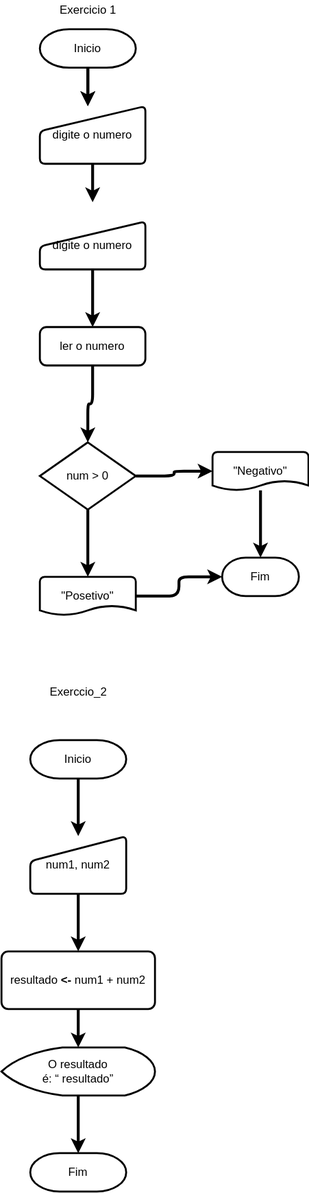
Enoque1844/html-css keeps this draw.io diagram as exercicios/ex008b/Untitled Diagram.drawio.svg. Above is the earlier version. Source tidied: cells renumbered, new cells last; positions are measured from the earlier drawing's top-left corner, leaving out a move shared by most shapes.
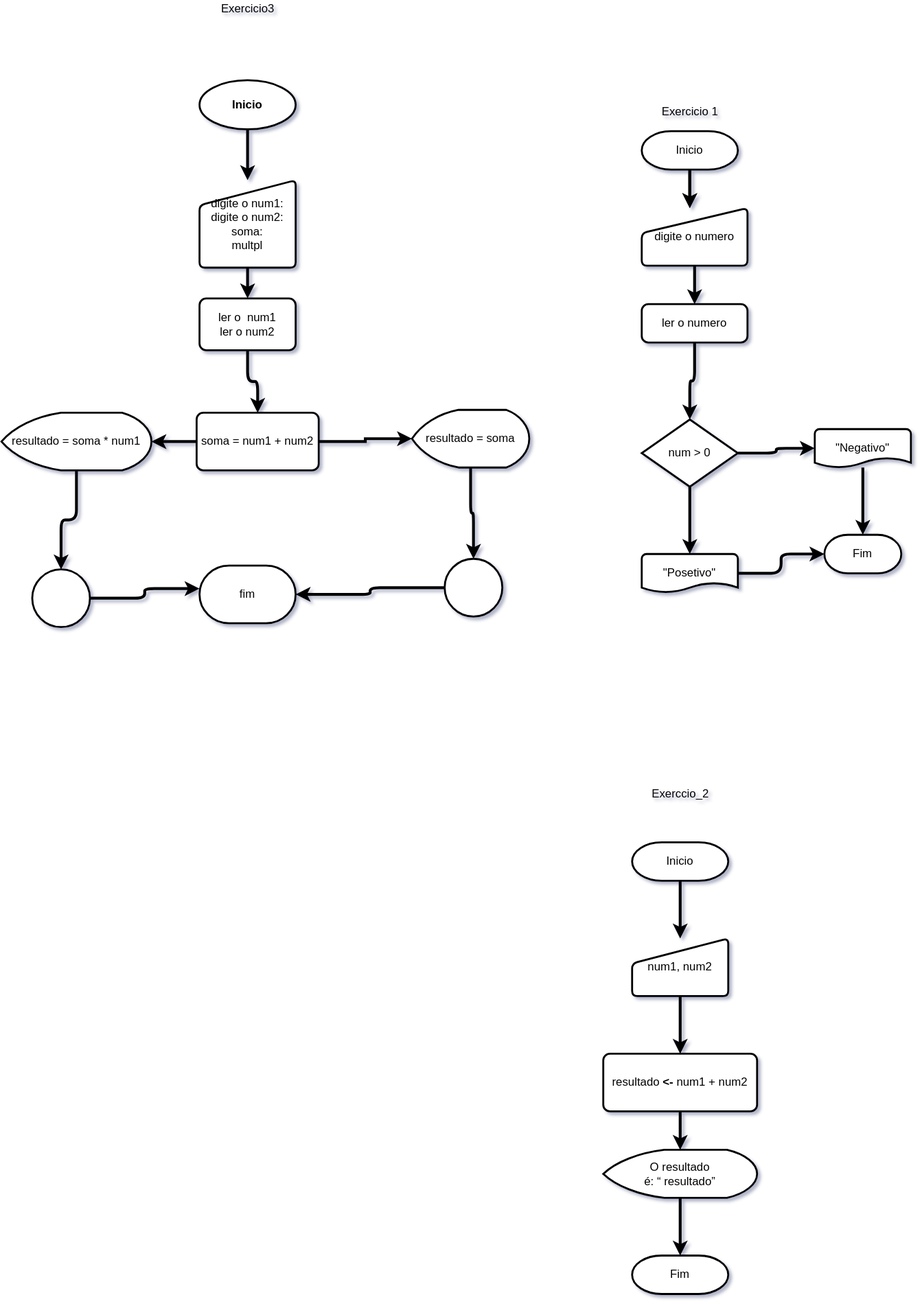
Later version of the same file.

Diff of the diagram source:
```diff
@@ -1,4 +1,4 @@
-<mxGraphModel>
+<mxGraphModel shadow="1">
   <root>
     <mxCell id="0" />
     <mxCell id="1" parent="0" />
@@ -60,37 +60,88 @@
       <mxGeometry relative="1" as="geometry" />
     </mxCell>
     <mxCell id="19" value="num &amp;gt; 0" style="strokeWidth=2;html=1;shape=mxgraph.flowchart.decision;whiteSpace=wrap;" parent="1" vertex="1">
-      <mxGeometry x="40" y="460" width="100" height="70" as="geometry" />
+      <mxGeometry x="40" y="330" width="100" height="70" as="geometry" />
     </mxCell>
     <mxCell id="20" value="Fim" style="strokeWidth=2;html=1;shape=mxgraph.flowchart.terminator;whiteSpace=wrap;" parent="1" vertex="1">
-      <mxGeometry x="230" y="580" width="80" height="40" as="geometry" />
+      <mxGeometry x="230" y="450" width="80" height="40" as="geometry" />
     </mxCell>
     <mxCell id="21" style="edgeStyle=orthogonalEdgeStyle;rounded=1;jettySize=auto;html=1;entryX=0;entryY=0.5;entryDx=0;entryDy=0;entryPerimeter=0;strokeWidth=3;" parent="1" edge="1" source="22" target="20">
       <mxGeometry relative="1" as="geometry" />
     </mxCell>
     <mxCell id="22" value="&quot;Posetivo&quot;" style="strokeWidth=2;html=1;shape=mxgraph.flowchart.document2;whiteSpace=wrap;size=0.25;" parent="1" vertex="1">
-      <mxGeometry x="40" y="600" width="100" height="40" as="geometry" />
+      <mxGeometry x="40" y="470" width="100" height="40" as="geometry" />
     </mxCell>
     <mxCell id="23" style="edgeStyle=orthogonalEdgeStyle;rounded=1;jettySize=auto;html=1;entryX=0.5;entryY=0;entryDx=0;entryDy=0;entryPerimeter=0;strokeWidth=3;" parent="1" edge="1" source="24" target="20">
       <mxGeometry relative="1" as="geometry" />
     </mxCell>
     <mxCell id="24" value="&quot;Negativo&quot;" style="strokeWidth=2;html=1;shape=mxgraph.flowchart.document2;whiteSpace=wrap;size=0.25;" parent="1" vertex="1">
-      <mxGeometry x="220" y="470" width="100" height="40" as="geometry" />
+      <mxGeometry x="220" y="340" width="100" height="40" as="geometry" />
     </mxCell>
-    <mxCell id="25" style="edgeStyle=orthogonalEdgeStyle;rounded=1;jettySize=auto;html=1;entryX=0.5;entryY=0;entryDx=0;entryDy=0;strokeWidth=3;" parent="1" edge="1" source="26" target="28">
-      <mxGeometry relative="1" as="geometry" />
-    </mxCell>
-    <mxCell id="26" value="digite o numero" style="html=1;strokeWidth=2;shape=manualInput;whiteSpace=wrap;rounded=1;size=26;arcSize=11;" parent="1" vertex="1">
-      <mxGeometry x="40" y="230" width="110" height="50" as="geometry" />
-    </mxCell>
     <mxCell id="27" style="edgeStyle=orthogonalEdgeStyle;rounded=1;jettySize=auto;html=1;entryX=0.5;entryY=0;entryDx=0;entryDy=0;entryPerimeter=0;strokeWidth=3;" parent="1" edge="1" source="28" target="19">
       <mxGeometry relative="1" as="geometry" />
     </mxCell>
     <mxCell id="28" value="ler o numero" style="rounded=1;whiteSpace=wrap;html=1;absoluteArcSize=1;arcSize=14;strokeWidth=2;" parent="1" vertex="1">
-      <mxGeometry x="40" y="340" width="110" height="40" as="geometry" />
+      <mxGeometry x="40" y="210" width="110" height="40" as="geometry" />
     </mxCell>
     <mxCell id="29" value="Exercicio 1" style="text;html=1;align=center;verticalAlign=middle;strokeColor=none;fillColor=none;" parent="1" vertex="1">
       <mxGeometry x="55" width="70" height="20" as="geometry" />
     </mxCell>
+    <mxCell id="30" style="edgeStyle=orthogonalEdgeStyle;rounded=1;jettySize=auto;html=1;strokeWidth=3;" parent="1" edge="1" source="31" target="33">
+      <mxGeometry relative="1" as="geometry" />
+    </mxCell>
+    <mxCell id="31" value="digite o num1:&lt;br&gt;digite o num2:&lt;br&gt;soma:&lt;br&gt;multpl" style="html=1;strokeWidth=2;shape=manualInput;whiteSpace=wrap;rounded=1;size=26;arcSize=11;" parent="1" vertex="1">
+      <mxGeometry x="-420" y="81" width="100" height="91" as="geometry" />
+    </mxCell>
+    <mxCell id="32" style="edgeStyle=orthogonalEdgeStyle;rounded=1;jettySize=auto;html=1;strokeWidth=3;" parent="1" edge="1" source="33" target="40">
+      <mxGeometry relative="1" as="geometry" />
+    </mxCell>
+    <mxCell id="33" value="ler o&amp;nbsp; num1&lt;br&gt;ler o num2" style="rounded=1;whiteSpace=wrap;html=1;absoluteArcSize=1;arcSize=14;strokeWidth=2;" parent="1" vertex="1">
+      <mxGeometry x="-420" y="204" width="100" height="54" as="geometry" />
+    </mxCell>
+    <mxCell id="34" style="edgeStyle=orthogonalEdgeStyle;rounded=1;jettySize=auto;html=1;entryX=0.5;entryY=0;entryDx=0;entryDy=0;entryPerimeter=0;strokeWidth=3;" parent="1" edge="1" source="35" target="47">
+      <mxGeometry relative="1" as="geometry" />
+    </mxCell>
+    <mxCell id="35" value="resultado = soma" style="strokeWidth=2;html=1;shape=mxgraph.flowchart.display;whiteSpace=wrap;" parent="1" vertex="1">
+      <mxGeometry x="-199" y="320" width="122" height="60" as="geometry" />
+    </mxCell>
+    <mxCell id="36" style="edgeStyle=orthogonalEdgeStyle;rounded=1;jettySize=auto;html=1;strokeWidth=3;entryX=0.5;entryY=0;entryDx=0;entryDy=0;entryPerimeter=0;" parent="1" edge="1" source="37" target="45">
+      <mxGeometry relative="1" as="geometry" />
+    </mxCell>
+    <mxCell id="37" value="resultado = soma * num1" style="strokeWidth=2;html=1;shape=mxgraph.flowchart.display;whiteSpace=wrap;" parent="1" vertex="1">
+      <mxGeometry x="-626" y="323" width="156" height="60" as="geometry" />
+    </mxCell>
+    <mxCell id="38" style="edgeStyle=orthogonalEdgeStyle;rounded=0;jettySize=auto;html=1;entryX=0;entryY=0.5;entryDx=0;entryDy=0;entryPerimeter=0;strokeWidth=3;" parent="1" edge="1" source="40" target="35">
+      <mxGeometry relative="1" as="geometry" />
+    </mxCell>
+    <mxCell id="39" style="edgeStyle=orthogonalEdgeStyle;rounded=1;jettySize=auto;html=1;entryX=1;entryY=0.5;entryDx=0;entryDy=0;entryPerimeter=0;strokeWidth=3;" parent="1" edge="1" source="40" target="37">
+      <mxGeometry relative="1" as="geometry" />
+    </mxCell>
+    <mxCell id="40" value="soma = num1 + num2" style="rounded=1;whiteSpace=wrap;html=1;absoluteArcSize=1;arcSize=14;strokeWidth=2;" parent="1" vertex="1">
+      <mxGeometry x="-423" y="323" width="127" height="60" as="geometry" />
+    </mxCell>
+    <mxCell id="41" style="edgeStyle=orthogonalEdgeStyle;rounded=1;jettySize=auto;html=1;strokeWidth=3;" parent="1" edge="1" source="42" target="31">
+      <mxGeometry relative="1" as="geometry" />
+    </mxCell>
+    <mxCell id="42" value="&lt;b&gt;Inicio&lt;/b&gt;" style="strokeWidth=2;html=1;shape=mxgraph.flowchart.start_1;whiteSpace=wrap;" parent="1" vertex="1">
+      <mxGeometry x="-420" y="-23" width="100" height="51" as="geometry" />
+    </mxCell>
+    <mxCell id="43" value="fim" style="strokeWidth=2;html=1;shape=mxgraph.flowchart.terminator;whiteSpace=wrap;" parent="1" vertex="1">
+      <mxGeometry x="-420" y="482" width="100" height="60" as="geometry" />
+    </mxCell>
+    <mxCell id="44" style="edgeStyle=orthogonalEdgeStyle;rounded=1;jettySize=auto;html=1;strokeWidth=3;entryX=0;entryY=0.4;entryDx=0;entryDy=0;entryPerimeter=0;" parent="1" edge="1" source="45" target="43">
+      <mxGeometry relative="1" as="geometry" />
+    </mxCell>
+    <mxCell id="45" style="verticalLabelPosition=bottom;verticalAlign=top;html=1;shape=mxgraph.flowchart.on-page_reference;strokeWidth=2;" parent="1" vertex="1">
+      <mxGeometry x="-594" y="486" width="60" height="60" as="geometry" />
+    </mxCell>
+    <mxCell id="46" style="edgeStyle=orthogonalEdgeStyle;rounded=1;jettySize=auto;html=1;entryX=1;entryY=0.5;entryDx=0;entryDy=0;entryPerimeter=0;strokeWidth=3;" parent="1" edge="1" source="47" target="43">
+      <mxGeometry relative="1" as="geometry" />
+    </mxCell>
+    <mxCell id="47" style="verticalLabelPosition=bottom;verticalAlign=top;html=1;shape=mxgraph.flowchart.on-page_reference;strokeWidth=2;" parent="1" vertex="1">
+      <mxGeometry x="-165" y="475" width="60" height="60" as="geometry" />
+    </mxCell>
+    <mxCell id="48" value="Exercicio3" style="text;html=1;align=center;verticalAlign=middle;strokeColor=none;fillColor=none;" parent="1" vertex="1">
+      <mxGeometry x="-402.5" y="-106" width="65" height="18" as="geometry" />
+    </mxCell>
   </root>
 </mxGraphModel>
```
